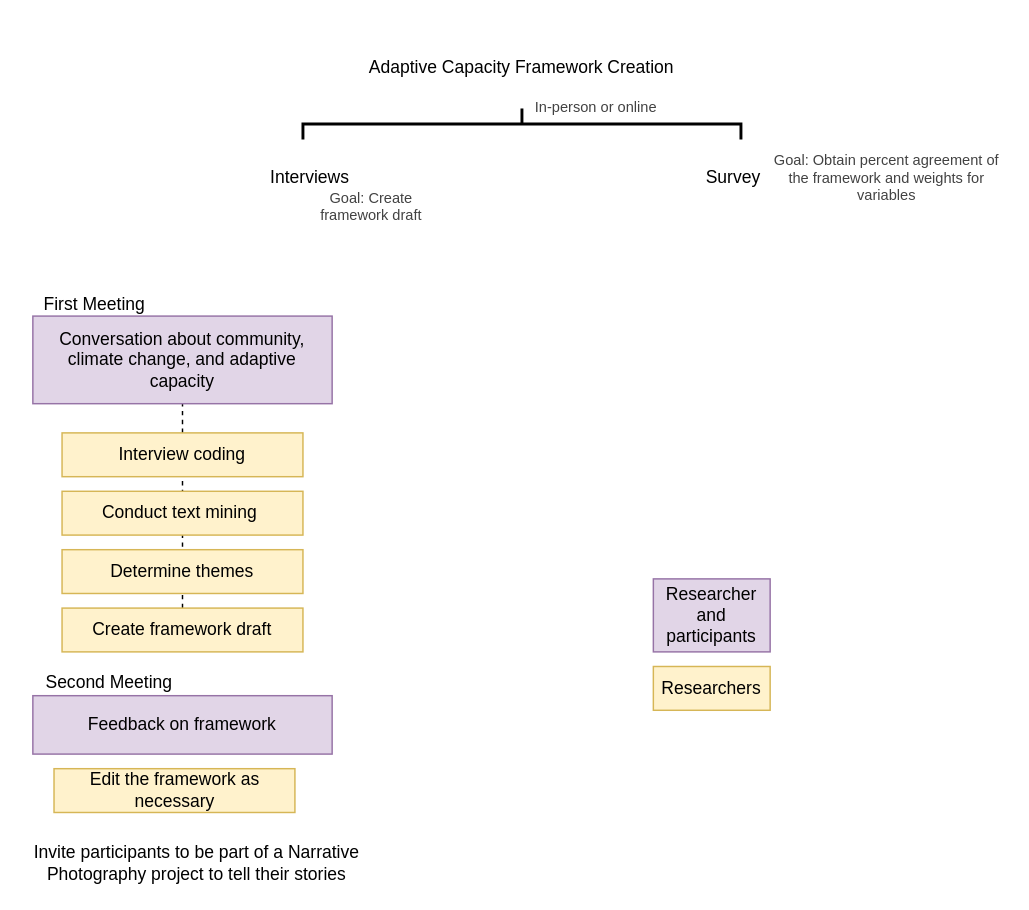
Above: GEOG900.drawio in dealchre/gradDrawio (draw.io), before the change. Source tidied: cells renumbered, new cells numbered last; positions are measured from the earlier drawing's top-left corner, leaving out a move shared by most shapes. Both pictures are drawn from the tidied source at 146%, with x=0, y=0 at pixel (32, -96).
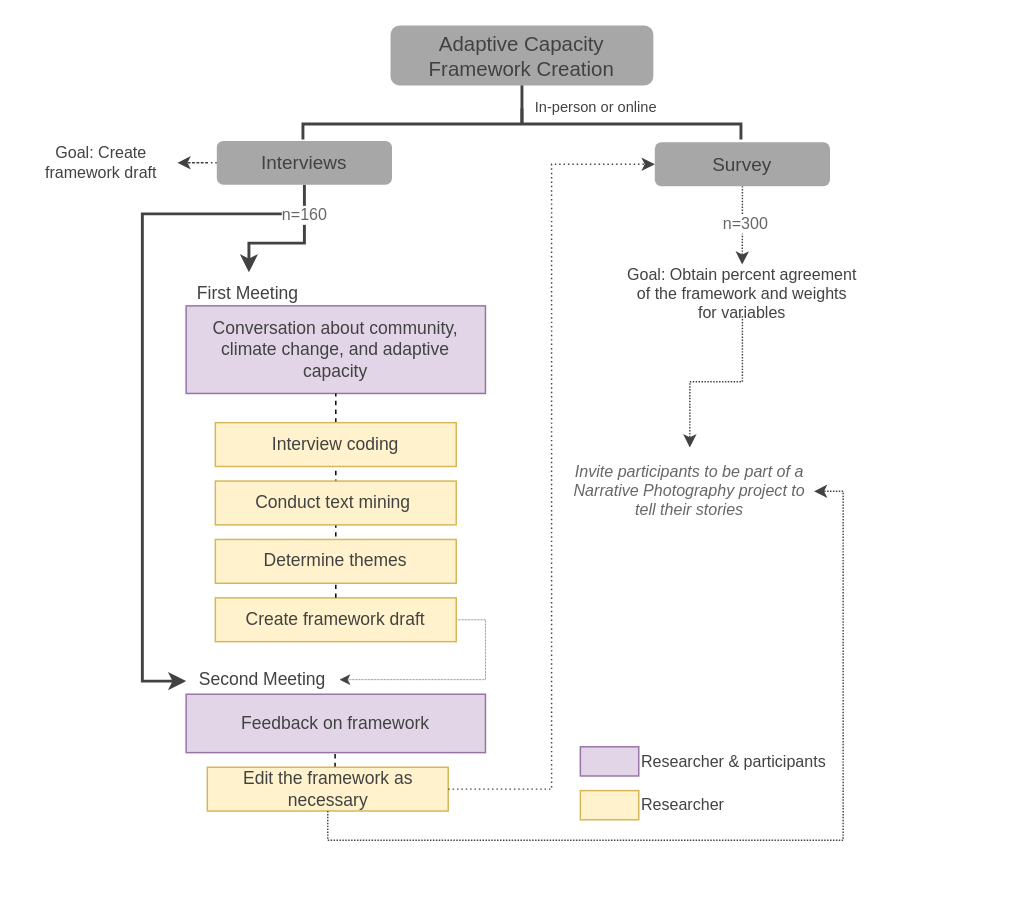
The same diagram, later.

What changed in the source:
```diff
@@
-    <mxCell id="2" style="endArrow=none;dashed=1;html=1;rounded=0;fontSize=10;fontColor=#424242;elbow=vertical;entryX=0.5;entryY=1;entryDx=0;entryDy=0;exitX=0.5;exitY=0;exitDx=0;exitDy=0;" parent="1" edge="1" source="13" target="9">
-      <mxGeometry relative="1" as="geometry" />
-    </mxCell>
+    <mxCell id="22" style="edgeStyle=orthogonalEdgeStyle;rounded=0;jettySize=auto;html=1;strokeColor=#424242;strokeWidth=2;fontSize=14;fontColor=#424242;" parent="1" edge="1" target="5">
+      <mxGeometry relative="1" as="geometry">
+        <mxPoint x="186" y="212" as="sourcePoint" />
+        <Array as="points">
+          <mxPoint x="186" y="232" />
+          <mxPoint x="148" y="232" />
+        </Array>
+      </mxGeometry>
+    </mxCell>
+    <mxCell id="23" style="edgeStyle=orthogonalEdgeStyle;rounded=0;jettySize=auto;html=1;strokeColor=#424242;strokeWidth=2;fontSize=14;fontColor=#424242;" parent="1" edge="1" source="3" target="6">
+      <mxGeometry relative="1" as="geometry">
+        <Array as="points">
+          <mxPoint x="186" y="212" />
+          <mxPoint x="75" y="212" />
+          <mxPoint x="75" y="532" />
+        </Array>
+      </mxGeometry>
+    </mxCell>
+    <mxCell id="24" value="n=160" style="edgeLabel;html=1;align=center;verticalAlign=middle;fontSize=11;fontColor=#666666;" parent="23" vertex="1">
+      <mxGeometry x="-0.91" relative="1" as="geometry">
+        <mxPoint x="1" as="offset" />
+      </mxGeometry>
+    </mxCell>
+    <mxCell id="25" style="edgeStyle=orthogonalEdgeStyle;rounded=0;jettySize=auto;html=1;exitX=0;exitY=0.5;exitDx=0;exitDy=0;dashed=1;strokeColor=#424242;strokeWidth=1;fontSize=11;fontColor=#666666;dashPattern=1 2;" parent="1" edge="1" source="3" target="15">
+      <mxGeometry relative="1" as="geometry" />
+    </mxCell>
-    <mxCell id="3" value="Interviews" style="text;html=1;align=center;verticalAlign=middle;whiteSpace=wrap;rounded=0;" parent="1" vertex="1">
-      <mxGeometry x="160" y="172" width="60" height="30" as="geometry" />
+    <mxCell id="3" value="Interviews" style="text;html=1;align=center;verticalAlign=middle;whiteSpace=wrap;rounded=1;fontSize=13;fillColor=#A7A7A7;fontColor=#424242;strokeColor=none;" parent="1" vertex="1">
+      <mxGeometry x="126" y="162" width="120" height="30" as="geometry" />
     </mxCell>
-    <mxCell id="4" value="Survey" style="text;html=1;align=center;verticalAlign=middle;whiteSpace=wrap;rounded=0;" parent="1" vertex="1">
-      <mxGeometry x="450" y="172" width="60" height="30" as="geometry" />
-    </mxCell>
+    <mxCell id="7" value="In-person or online" style="text;html=1;align=center;verticalAlign=middle;whiteSpace=wrap;rounded=0;fontSize=10;fontColor=#424242;" parent="1" vertex="1">
+      <mxGeometry x="321" y="124" width="130" height="30" as="geometry" />
+    </mxCell>
+    <mxCell id="8" value="Adaptive Capacity Framework Creation" style="text;html=1;align=center;verticalAlign=middle;whiteSpace=wrap;rounded=1;fontSize=14;fillColor=#A7A7A7;strokeColor=none;fontColor=#424242;" parent="1" vertex="1">
+      <mxGeometry x="245" y="83" width="180" height="41" as="geometry" />
+    </mxCell>
+    <mxCell id="14" style="strokeWidth=2;html=1;shape=mxgraph.flowchart.annotation_2;align=left;labelPosition=right;fontSize=10;fontColor=#424242;rotation=90;strokeColor=#424242;" parent="1" vertex="1">
+      <mxGeometry x="324.4" y="0.4" width="21.2" height="300" as="geometry" />
+    </mxCell>
+    <mxCell id="15" value="Goal: Create framework draft" style="text;html=1;align=center;verticalAlign=middle;whiteSpace=wrap;rounded=0;fontSize=11;fontColor=#424242;" parent="1" vertex="1">
+      <mxGeometry x="-5" y="162" width="104" height="30" as="geometry" />
+    </mxCell>
+    <mxCell id="26" style="edgeStyle=orthogonalEdgeStyle;rounded=0;jettySize=auto;html=1;exitX=0.5;exitY=1;exitDx=0;exitDy=0;dashed=1;dashPattern=1 1;strokeColor=#424242;strokeWidth=1;fontSize=14;fontColor=#424242;entryX=0.5;entryY=0;entryDx=0;entryDy=0;" parent="1" edge="1" source="16" target="20">
+      <mxGeometry relative="1" as="geometry" />
+    </mxCell>
+    <mxCell id="16" value="Goal: Obtain percent agreement of the framework and weights for variables" style="text;html=1;align=center;verticalAlign=middle;whiteSpace=wrap;rounded=0;fontSize=11;fontColor=#424242;" parent="1" vertex="1">
+      <mxGeometry x="406" y="252" width="160" height="30" as="geometry" />
+    </mxCell>
+    <mxCell id="20" value="&lt;font style=&quot;font-size: 11px;&quot;&gt;Invite participants to be part of a Narrative Photography project to tell their stories&lt;/font&gt;" style="text;html=1;align=center;verticalAlign=middle;whiteSpace=wrap;rounded=0;fontColor=#666666;fontStyle=2;fontSize=11;" parent="1" vertex="1">
+      <mxGeometry x="365" y="372" width="170" height="60" as="geometry" />
+    </mxCell>
+    <mxCell id="27" style="group;fontColor=#424242;" parent="1" vertex="1">
+      <mxGeometry x="105" y="252" width="205" height="363" as="geometry" />
+    </mxCell>
+    <mxCell id="28" style="endArrow=none;dashed=1;html=1;rounded=0;fontSize=10;fontColor=#424242;elbow=vertical;entryX=0.5;entryY=1;entryDx=0;entryDy=0;" parent="27" edge="1">
+      <mxGeometry relative="1" as="geometry">
+        <mxPoint x="102" y="369" as="sourcePoint" />
+        <mxPoint x="102" y="289" as="targetPoint" />
+      </mxGeometry>
+    </mxCell>
-    <mxCell id="5" value="First Meeting" style="text;html=1;align=center;verticalAlign=middle;whiteSpace=wrap;rounded=0;" parent="1" vertex="1">
-      <mxGeometry y="259" width="85" height="30" as="geometry" />
+    <mxCell id="5" value="First Meeting" style="text;html=1;align=center;verticalAlign=middle;whiteSpace=wrap;rounded=0;fontColor=#424242;" parent="27" vertex="1">
+      <mxGeometry width="85" height="30" as="geometry" />
     </mxCell>
-    <mxCell id="6" value="Second Meeting" style="text;html=1;align=center;verticalAlign=middle;whiteSpace=wrap;rounded=0;" parent="1" vertex="1">
-      <mxGeometry y="518" width="105" height="30" as="geometry" />
+    <mxCell id="6" value="Second Meeting" style="text;html=1;align=center;verticalAlign=middle;whiteSpace=wrap;rounded=0;fontColor=#424242;" parent="27" vertex="1">
+      <mxGeometry y="264" width="105" height="30" as="geometry" />
     </mxCell>
-    <mxCell id="7" value="In-person or online" style="text;html=1;align=center;verticalAlign=middle;whiteSpace=wrap;rounded=0;fontSize=10;fontColor=#424242;" parent="1" vertex="1">
-      <mxGeometry x="321" y="124" width="130" height="30" as="geometry" />
-    </mxCell>
-    <mxCell id="8" value="Adaptive Capacity Framework Creation" style="text;html=1;align=center;verticalAlign=middle;whiteSpace=wrap;rounded=0;" parent="1" vertex="1">
-      <mxGeometry x="220" y="102" width="230" height="20" as="geometry" />
-    </mxCell>
-    <mxCell id="9" value="Conversation about community, climate change, and adaptive capacity" style="text;html=1;align=center;verticalAlign=middle;whiteSpace=wrap;rounded=0;fillColor=#e1d5e7;strokeColor=#9673a6;" parent="1" vertex="1">
-      <mxGeometry y="282" width="205" height="60" as="geometry" />
+    <mxCell id="9" value="Conversation about community, climate change, and adaptive capacity" style="text;html=1;align=center;verticalAlign=middle;whiteSpace=wrap;rounded=0;fillColor=#e1d5e7;strokeColor=#9673a6;fontColor=#424242;" parent="27" vertex="1">
+      <mxGeometry y="23" width="205" height="60" as="geometry" />
     </mxCell>
-    <mxCell id="10" value="Researchers" style="text;html=1;align=center;verticalAlign=middle;whiteSpace=wrap;rounded=0;fillColor=#fff2cc;strokeColor=#d6b656;" parent="1" vertex="1">
-      <mxGeometry x="425" y="522" width="80" height="30" as="geometry" />
-    </mxCell>
-    <mxCell id="11" value="Researcher and participants" style="text;html=1;align=center;verticalAlign=middle;whiteSpace=wrap;rounded=0;fillColor=#e1d5e7;strokeColor=#9673a6;" parent="1" vertex="1">
-      <mxGeometry x="425" y="462" width="80" height="50" as="geometry" />
-    </mxCell>
-    <mxCell id="12" value="Feedback on framework" style="text;html=1;align=center;verticalAlign=middle;whiteSpace=wrap;rounded=0;fillColor=#e1d5e7;strokeColor=#9673a6;" parent="1" vertex="1">
-      <mxGeometry y="542" width="205" height="40" as="geometry" />
+    <mxCell id="12" value="Feedback on framework" style="text;html=1;align=center;verticalAlign=middle;whiteSpace=wrap;rounded=0;fillColor=#e1d5e7;strokeColor=#9673a6;fontColor=#424242;" parent="27" vertex="1">
+      <mxGeometry y="289" width="205" height="40" as="geometry" />
     </mxCell>
+    <mxCell id="29" style="edgeStyle=orthogonalEdgeStyle;rounded=0;jettySize=auto;html=1;exitX=1;exitY=0.5;exitDx=0;exitDy=0;entryX=1;entryY=0.5;entryDx=0;entryDy=0;dashed=1;dashPattern=1 1;strokeColor=#424242;strokeWidth=0.5;fontSize=14;fontColor=#424242;" parent="27" edge="1" source="13" target="6">
+      <mxGeometry relative="1" as="geometry" />
+    </mxCell>
-    <mxCell id="13" value="Create framework draft" style="text;html=1;align=center;verticalAlign=middle;whiteSpace=wrap;rounded=0;fillColor=#fff2cc;strokeColor=#d6b656;" parent="1" vertex="1">
-      <mxGeometry x="20" y="482" width="165" height="30" as="geometry" />
+    <mxCell id="13" value="Create framework draft" style="text;html=1;align=center;verticalAlign=middle;whiteSpace=wrap;rounded=0;fillColor=#fff2cc;strokeColor=#d6b656;fontColor=#424242;" parent="27" vertex="1">
+      <mxGeometry x="20" y="223" width="165" height="30" as="geometry" />
     </mxCell>
-    <mxCell id="14" style="strokeWidth=2;html=1;shape=mxgraph.flowchart.annotation_2;align=left;labelPosition=right;fontSize=10;fontColor=#424242;rotation=90;" parent="1" vertex="1">
-      <mxGeometry x="324.4" y="0.4" width="21.2" height="300" as="geometry" />
-    </mxCell>
-    <mxCell id="15" value="Goal: Create framework draft" style="text;html=1;align=center;verticalAlign=middle;whiteSpace=wrap;rounded=0;fontSize=10;fontColor=#424242;" parent="1" vertex="1">
-      <mxGeometry x="179.5" y="192" width="104" height="30" as="geometry" />
-    </mxCell>
-    <mxCell id="16" value="Goal: Obtain percent agreement of the framework and weights for variables" style="text;html=1;align=center;verticalAlign=middle;whiteSpace=wrap;rounded=0;fontSize=10;fontColor=#424242;" parent="1" vertex="1">
-      <mxGeometry x="505" y="172" width="160" height="30" as="geometry" />
-    </mxCell>
+    <mxCell id="2" style="endArrow=none;dashed=1;html=1;rounded=0;fontSize=10;fontColor=#424242;elbow=vertical;entryX=0.5;entryY=1;entryDx=0;entryDy=0;exitX=0.5;exitY=0;exitDx=0;exitDy=0;" parent="27" edge="1" source="13" target="9">
+      <mxGeometry relative="1" as="geometry" />
+    </mxCell>
-    <mxCell id="17" value="Determine themes" style="text;html=1;align=center;verticalAlign=middle;whiteSpace=wrap;rounded=0;fillColor=#fff2cc;strokeColor=#d6b656;" parent="1" vertex="1">
-      <mxGeometry x="20" y="442" width="165" height="30" as="geometry" />
+    <mxCell id="17" value="Determine themes" style="text;html=1;align=center;verticalAlign=middle;whiteSpace=wrap;rounded=0;fillColor=#fff2cc;strokeColor=#d6b656;fontColor=#424242;" parent="27" vertex="1">
+      <mxGeometry x="20" y="183" width="165" height="30" as="geometry" />
     </mxCell>
-    <mxCell id="18" value="Conduct text mining&amp;nbsp;" style="text;html=1;align=center;verticalAlign=middle;whiteSpace=wrap;rounded=0;fillColor=#fff2cc;strokeColor=#d6b656;" parent="1" vertex="1">
-      <mxGeometry x="20" y="402" width="165" height="30" as="geometry" />
+    <mxCell id="18" value="Conduct text mining&amp;nbsp;" style="text;html=1;align=center;verticalAlign=middle;whiteSpace=wrap;rounded=0;fillColor=#fff2cc;strokeColor=#d6b656;fontColor=#424242;" parent="27" vertex="1">
+      <mxGeometry x="20" y="143" width="165" height="30" as="geometry" />
     </mxCell>
-    <mxCell id="19" value="Interview coding" style="text;html=1;align=center;verticalAlign=middle;whiteSpace=wrap;rounded=0;fillColor=#fff2cc;strokeColor=#d6b656;" parent="1" vertex="1">
-      <mxGeometry x="20" y="362" width="165" height="30" as="geometry" />
+    <mxCell id="19" value="Interview coding" style="text;html=1;align=center;verticalAlign=middle;whiteSpace=wrap;rounded=0;fillColor=#fff2cc;strokeColor=#d6b656;fontColor=#424242;" parent="27" vertex="1">
+      <mxGeometry x="20" y="103" width="165" height="30" as="geometry" />
     </mxCell>
-    <mxCell id="20" value="Invite participants to be part of a Narrative Photography project to tell their stories" style="text;html=1;align=center;verticalAlign=middle;whiteSpace=wrap;rounded=0;" parent="1" vertex="1">
-      <mxGeometry y="642" width="225" height="30" as="geometry" />
-    </mxCell>
-    <mxCell id="21" value="Edit the framework as necessary" style="text;html=1;align=center;verticalAlign=middle;whiteSpace=wrap;rounded=0;fillColor=#fff2cc;strokeColor=#d6b656;" parent="1" vertex="1">
-      <mxGeometry x="14.5" y="592" width="165" height="30" as="geometry" />
+    <mxCell id="21" value="Edit the framework as necessary" style="text;html=1;align=center;verticalAlign=middle;whiteSpace=wrap;rounded=0;fillColor=#fff2cc;strokeColor=#d6b656;fontColor=#424242;" parent="27" vertex="1">
+      <mxGeometry x="14.5" y="339" width="165" height="30" as="geometry" />
     </mxCell>
+    <mxCell id="30" style="edgeStyle=orthogonalEdgeStyle;rounded=0;jettySize=auto;html=1;exitX=0.5;exitY=1;exitDx=0;exitDy=0;entryX=0.499;entryY=-0.175;entryDx=0;entryDy=0;entryPerimeter=0;dashed=1;dashPattern=1 1;strokeColor=#424242;strokeWidth=1;fontSize=14;fontColor=#424242;" parent="1" edge="1" source="4" target="16">
+      <mxGeometry relative="1" as="geometry" />
+    </mxCell>
+    <mxCell id="31" value="n=300" style="edgeLabel;html=1;align=center;verticalAlign=middle;fontSize=11;fontColor=#666666;" parent="30" vertex="1">
+      <mxGeometry x="-0.14" y="1" relative="1" as="geometry">
+        <mxPoint y="2" as="offset" />
+      </mxGeometry>
+    </mxCell>
+    <mxCell id="4" value="Survey" style="text;html=1;align=center;verticalAlign=middle;whiteSpace=wrap;rounded=1;fontSize=13;fillColor=#A7A7A7;fontColor=#424242;strokeColor=none;" parent="1" vertex="1">
+      <mxGeometry x="426" y="163" width="120" height="30" as="geometry" />
+    </mxCell>
+    <mxCell id="32" style="group;fontColor=#424242;" parent="1" vertex="1">
+      <mxGeometry x="375" y="572" width="196" height="60" as="geometry" />
+    </mxCell>
+    <mxCell id="33" style="rounded=0;whiteSpace=wrap;html=1;fontSize=13;fillColor=#e1d5e7;strokeColor=#9673a6;fontColor=#424242;" parent="32" vertex="1">
+      <mxGeometry y="5" width="40" height="20" as="geometry" />
+    </mxCell>
+    <mxCell id="34" value="Researcher &amp;amp; participants" style="text;html=1;strokeColor=none;fillColor=none;align=left;verticalAlign=middle;whiteSpace=wrap;rounded=0;fontSize=11;fontColor=#424242;" parent="32" vertex="1">
+      <mxGeometry x="40" width="155" height="30" as="geometry" />
+    </mxCell>
+    <mxCell id="35" style="rounded=0;whiteSpace=wrap;html=1;fontSize=13;fillColor=#fff2cc;strokeColor=#d6b656;fontColor=#424242;" parent="32" vertex="1">
+      <mxGeometry y="35" width="40" height="20" as="geometry" />
+    </mxCell>
+    <mxCell id="36" value="Researcher&amp;nbsp;" style="text;html=1;strokeColor=none;fillColor=none;align=left;verticalAlign=middle;whiteSpace=wrap;rounded=0;fontSize=11;fontColor=#424242;" parent="32" vertex="1">
+      <mxGeometry x="40" y="30" width="156" height="30" as="geometry" />
+    </mxCell>
+    <mxCell id="37" style="endArrow=none;html=1;rounded=0;fontSize=14;strokeWidth=2;fontColor=#424242;strokeColor=#424242;" parent="1" edge="1">
+      <mxGeometry relative="1" as="geometry">
+        <mxPoint x="335" y="151" as="sourcePoint" />
+        <mxPoint x="335" y="124" as="targetPoint" />
+      </mxGeometry>
+    </mxCell>
+    <mxCell id="38" style="edgeStyle=orthogonalEdgeStyle;rounded=0;jettySize=auto;html=1;exitX=0.5;exitY=1;exitDx=0;exitDy=0;dashed=1;dashPattern=1 1;strokeColor=#424242;strokeWidth=1;fontSize=14;fontColor=#424242;entryX=1;entryY=0.5;entryDx=0;entryDy=0;" parent="1" edge="1" source="21" target="20">
+      <mxGeometry relative="1" as="geometry" />
+    </mxCell>
+    <mxCell id="39" style="edgeStyle=orthogonalEdgeStyle;rounded=0;jettySize=auto;html=1;exitX=1;exitY=0.5;exitDx=0;exitDy=0;dashed=1;dashPattern=1 2;strokeColor=#424242;strokeWidth=1;fontSize=11;fontColor=#666666;entryX=0;entryY=0.5;entryDx=0;entryDy=0;" parent="1" edge="1" source="21" target="4">
+      <mxGeometry relative="1" as="geometry" />
+    </mxCell>
```
